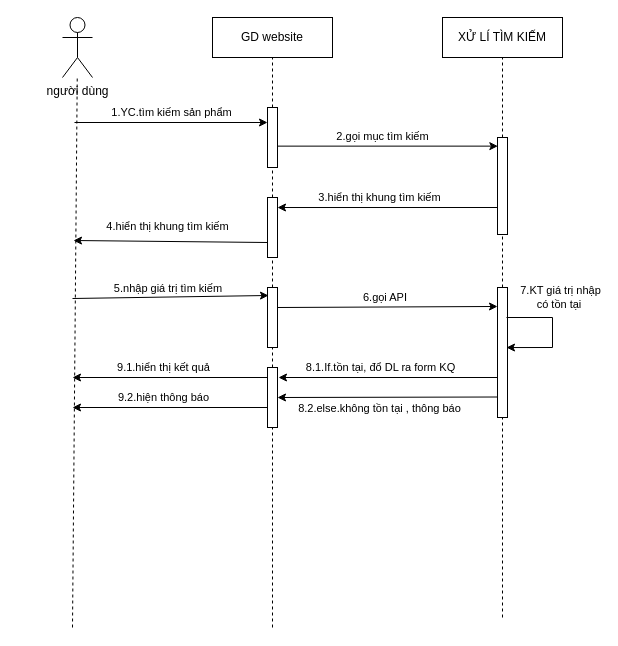
Earlier version of the draw.io diagram page "seach" (3 of 8) of sequnece.drawio (trucka312/diagram). Source tidied: cells renumbered, new cells numbered last; positions are measured from the earlier drawing's top-left corner, leaving out a move shared by most shapes. Both pictures are drawn from the tidied source at 100%, with x=0, y=0 at pixel (62, 17).
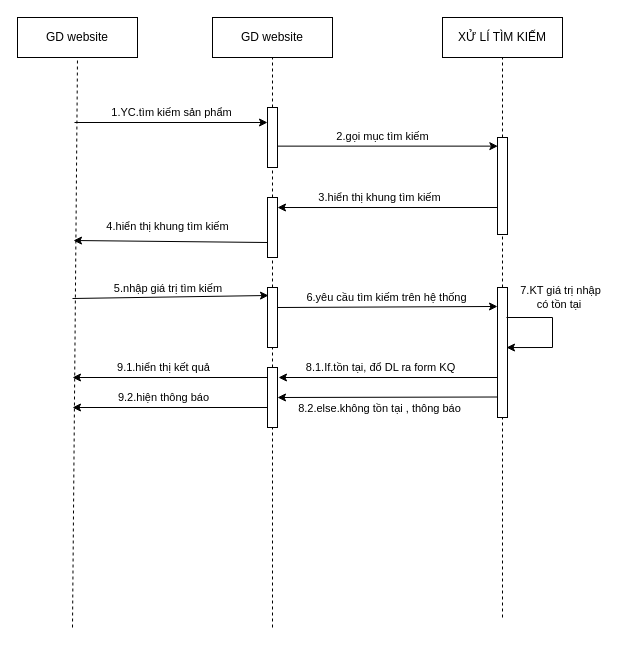
The same diagram, later.

The change refers to these unchanged cells:
```xml
<mxCell id="22" style="rounded=0;whiteSpace=wrap;html=1;" parent="1" vertex="1">
  <mxGeometry x="435" y="270" width="10" height="130" as="geometry" />
</mxCell>
```

The edit, as a diff of the source:
```diff
@@
-    <mxCell id="2" value="người dùng" style="shape=umlActor;verticalLabelPosition=bottom;verticalAlign=top;html=1;outlineConnect=0;" parent="1" vertex="1">
-      <mxGeometry width="30" height="60" as="geometry" />
-    </mxCell>
@@
-    <mxCell id="7" style="endArrow=none;dashed=1;html=1;rounded=0;" parent="1" edge="1" target="2">
+    <mxCell id="7" style="endArrow=none;dashed=1;html=1;rounded=0;entryX=0.5;entryY=1;entryDx=0;entryDy=0;" parent="1" edge="1" target="31">
       <mxGeometry relative="1" as="geometry">
         <mxPoint x="10" y="610" as="sourcePoint" />
       </mxGeometry>
     </mxCell>
@@
-    <mxCell id="21" value="6.gọi API&amp;nbsp;" style="endArrow=classic;html=1;rounded=0;entryX=0;entryY=0.146;entryDx=0;entryDy=0;entryPerimeter=0;" parent="1" edge="1" target="22">
+    <mxCell id="21" value="6.yêu cầu tìm kiếm trên hệ thống" style="endArrow=classic;html=1;rounded=0;entryX=0;entryY=0.146;entryDx=0;entryDy=0;entryPerimeter=0;" parent="1" edge="1" target="22">
       <mxGeometry x="-0.01" y="9" relative="1" as="geometry">
         <mxPoint x="215" y="290" as="sourcePoint" />
       </mxGeometry>
     </mxCell>
@@
+    <mxCell id="31" value="GD website" style="rounded=0;whiteSpace=wrap;html=1;" parent="1" vertex="1">
+      <mxGeometry x="-45" width="120" height="40" as="geometry" />
+    </mxCell>
```
